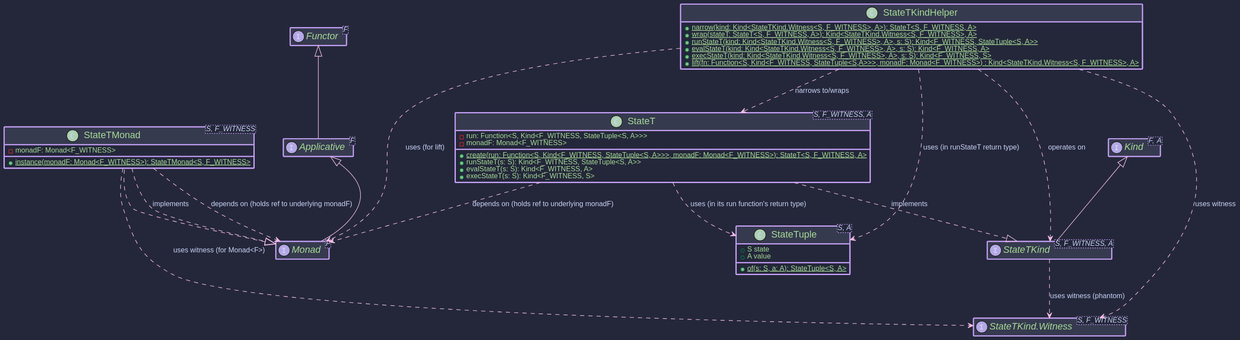
Before: hkj-book/src/images/puml/statet_transformer.svg, a diagram exported from PlantUML (higher-kinded-j/higher-kinded-j).
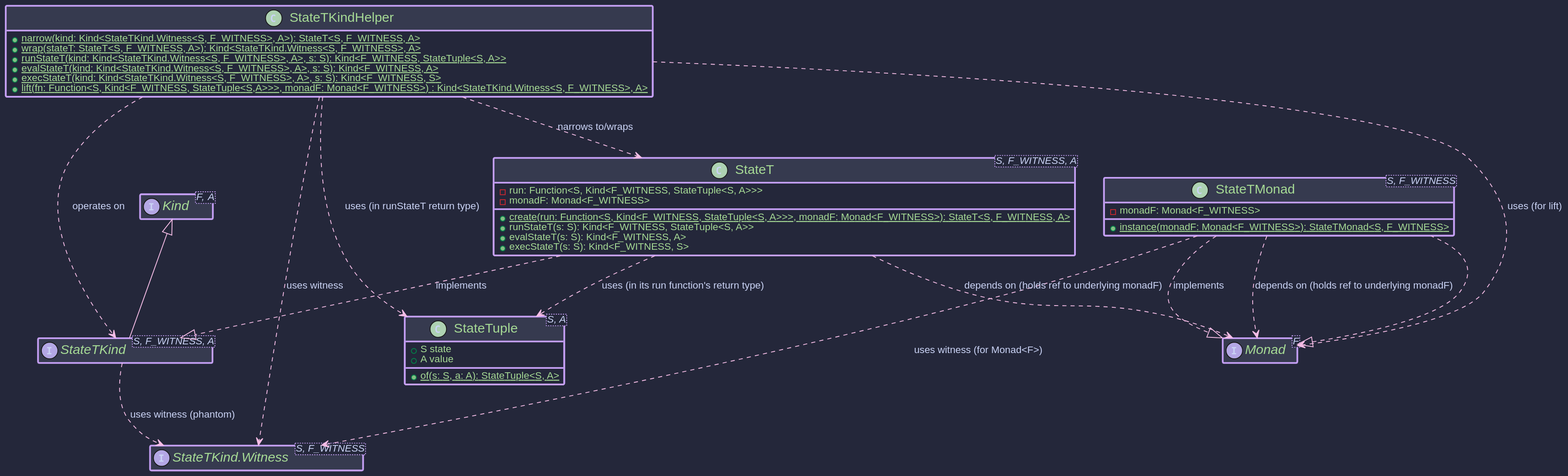
The same diagram one commit later.

Change to the diagram source:
```diff
@@ -6,12 +6,10 @@
 
 interface Kind<F, A> {
 }
-interface Monad<F> extends Applicative<F> {
+interface Monad<F>  {
 }
-interface Applicative<F> extends Functor<F> {
-}
-interface Functor<F> {
-}
+
+
 
 class StateTuple<S, A> {
   + S state
```
